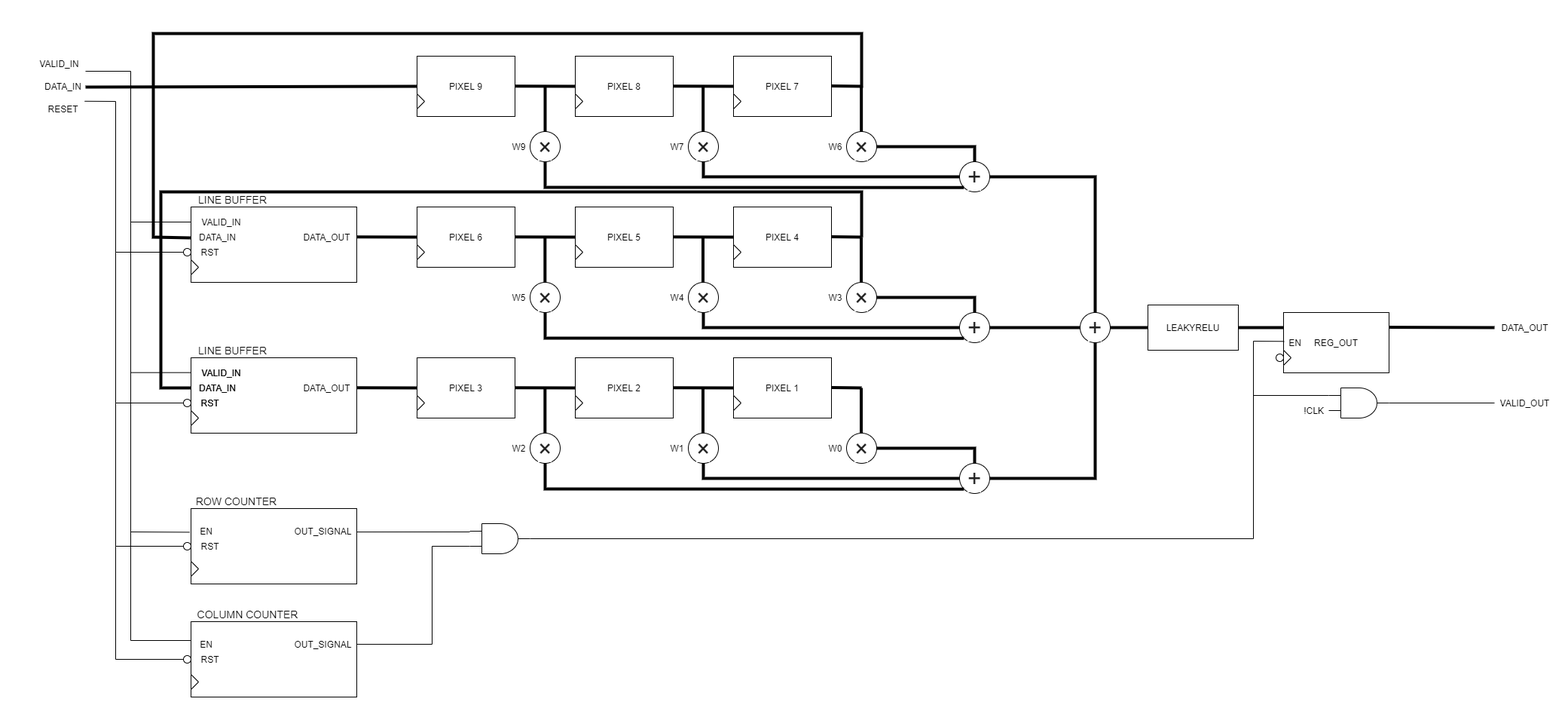
The draw.io diagram Project/src/rtl/conv2d3x3/Conv_Unit_Diagram-Official.png in hohaicongthuan/0x55AA, before a commit. Source tidied: cells renumbered, new cells last; positions are measured from the earlier drawing's top-left corner, leaving out a move shared by most shapes.
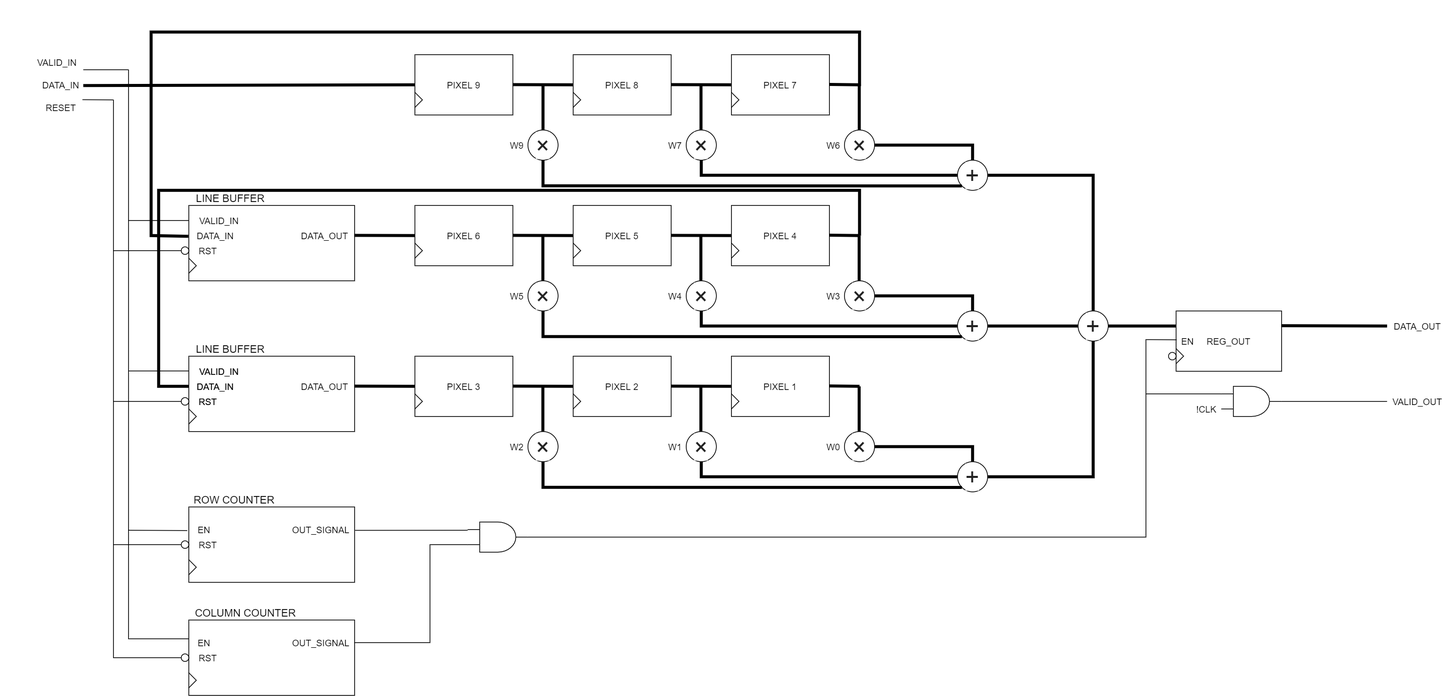
The same file after the commit.

Change to the diagram source:
```diff
@@ -348,7 +348,7 @@
         </Array>
       </mxGeometry>
     </mxCell>
-    <mxCell id="72" style="endArrow=none;html=1;strokeWidth=4;exitX=1;exitY=0.5;exitDx=0;exitDy=0;entryX=0;entryY=0.5;entryDx=0;entryDy=0;" parent="1" edge="1" source="68" target="139">
+    <mxCell id="72" style="endArrow=none;html=1;strokeWidth=4;exitX=1;exitY=0.5;exitDx=0;exitDy=0;entryX=0;entryY=0.25;entryDx=0;entryDy=0;" parent="1" edge="1" source="68" target="92">
       <mxGeometry relative="1" as="geometry" />
     </mxCell>
     <mxCell id="73" style="triangle;whiteSpace=wrap;html=1;" parent="1" vertex="1">
@@ -423,10 +423,10 @@
       <mxGeometry x="10" y="90" width="60" height="20" as="geometry" />
     </mxCell>
     <mxCell id="92" value="REG_OUT" style="rounded=0;whiteSpace=wrap;html=1;" parent="1" vertex="1">
-      <mxGeometry x="1660" y="370" width="140" height="80" as="geometry" />
+      <mxGeometry x="1520" y="370" width="140" height="80" as="geometry" />
     </mxCell>
     <mxCell id="93" style="triangle;whiteSpace=wrap;html=1;" parent="1" vertex="1">
-      <mxGeometry x="1660" y="420" width="10" height="20" as="geometry" />
+      <mxGeometry x="1520" y="420" width="10" height="20" as="geometry" />
     </mxCell>
     <mxCell id="94" style="rounded=0;whiteSpace=wrap;html=1;" parent="1" vertex="1">
       <mxGeometry x="210" y="630" width="220" height="100" as="geometry" />
@@ -456,12 +456,12 @@
       <mxGeometry x="200" y="675" width="10" height="10" as="geometry" />
     </mxCell>
     <mxCell id="103" value="EN" style="text;html=1;align=center;verticalAlign=middle;points=[];strokeColor=none;" parent="1" vertex="1">
-      <mxGeometry x="1660" y="400" width="30" height="20" as="geometry" />
+      <mxGeometry x="1520" y="400" width="30" height="20" as="geometry" />
     </mxCell>
     <mxCell id="104" style="endArrow=none;html=1;strokeWidth=4;exitX=1;exitY=0.5;exitDx=0;exitDy=0;" parent="1" edge="1">
       <mxGeometry relative="1" as="geometry">
-        <mxPoint x="1800" y="389.6" as="sourcePoint" />
-        <mxPoint x="1940" y="390" as="targetPoint" />
+        <mxPoint x="1660" y="389.6" as="sourcePoint" />
+        <mxPoint x="1800" y="390" as="targetPoint" />
       </mxGeometry>
     </mxCell>
     <mxCell id="105" value="&lt;font style=&quot;font-size: 14px&quot;&gt;ROW COUNTER&lt;/font&gt;" style="text;html=1;align=center;verticalAlign=middle;strokeColor=none;" parent="1" vertex="1">
@@ -485,14 +485,14 @@
     </mxCell>
     <mxCell id="108" style="endArrow=none;html=1;strokeWidth=1;exitX=1;exitY=0.5;exitDx=0;exitDy=0;exitPerimeter=0;" parent="1" edge="1" source="133">
       <mxGeometry relative="1" as="geometry">
-        <mxPoint x="1940" y="490" as="targetPoint" />
+        <mxPoint x="1800" y="490" as="targetPoint" />
       </mxGeometry>
     </mxCell>
     <mxCell id="109" value="DATA_OUT" style="text;html=1;align=center;verticalAlign=middle;strokeColor=none;" parent="1" vertex="1">
-      <mxGeometry x="1940" y="380" width="80" height="20" as="geometry" />
+      <mxGeometry x="1800" y="380" width="80" height="20" as="geometry" />
     </mxCell>
     <mxCell id="110" value="VALID_OUT" style="text;html=1;align=center;verticalAlign=middle;strokeColor=none;" parent="1" vertex="1">
-      <mxGeometry x="1940" y="480" width="80" height="20" as="geometry" />
+      <mxGeometry x="1800" y="480" width="80" height="20" as="geometry" />
     </mxCell>
     <mxCell id="111" value="W0" style="text;html=1;align=center;verticalAlign=middle;strokeColor=none;" parent="1" vertex="1">
       <mxGeometry x="1050" y="540" width="30" height="20" as="geometry" />
@@ -559,7 +559,7 @@
       </mxGeometry>
     </mxCell>
     <mxCell id="129" style="ellipse;whiteSpace=wrap;html=1;" parent="1" vertex="1">
-      <mxGeometry x="1650" y="425" width="10" height="10" as="geometry" />
+      <mxGeometry x="1510" y="425" width="10" height="10" as="geometry" />
     </mxCell>
     <mxCell id="130" style="verticalLabelPosition=bottom;shadow=0;dashed=0;align=center;html=1;verticalAlign=top;shape=mxgraph.electrical.logic_gates.logic_gate;operation=and;" parent="1" vertex="1">
       <mxGeometry x="580" y="650" width="80" height="40" as="geometry" />
@@ -578,22 +578,22 @@
       </mxGeometry>
     </mxCell>
     <mxCell id="133" style="verticalLabelPosition=bottom;shadow=0;dashed=0;align=center;html=1;verticalAlign=top;shape=mxgraph.electrical.logic_gates.logic_gate;operation=and;" parent="1" vertex="1">
-      <mxGeometry x="1720" y="470" width="80" height="40" as="geometry" />
+      <mxGeometry x="1580" y="470" width="80" height="40" as="geometry" />
     </mxCell>
     <mxCell id="134" value="!CLK" style="text;html=1;align=center;verticalAlign=middle;strokeColor=none;" parent="1" vertex="1">
-      <mxGeometry x="1680" y="490" width="40" height="20" as="geometry" />
+      <mxGeometry x="1540" y="490" width="40" height="20" as="geometry" />
     </mxCell>
     <mxCell id="135" style="endArrow=none;html=1;exitX=1;exitY=0.5;exitDx=0;exitDy=0;exitPerimeter=0;entryX=0.025;entryY=0.415;entryDx=0;entryDy=0;entryPerimeter=0;rounded=0;" parent="1" edge="1" source="130" target="103">
       <mxGeometry relative="1" as="geometry">
         <Array as="points">
-          <mxPoint x="1620" y="670" />
-          <mxPoint x="1620" y="408" />
+          <mxPoint x="1480" y="670" />
+          <mxPoint x="1480" y="408" />
         </Array>
       </mxGeometry>
     </mxCell>
     <mxCell id="136" style="endArrow=none;html=1;entryX=0;entryY=0.25;entryDx=0;entryDy=0;entryPerimeter=0;" parent="1" edge="1" target="133">
       <mxGeometry relative="1" as="geometry">
-        <mxPoint x="1620" y="480" as="sourcePoint" />
+        <mxPoint x="1480" y="480" as="sourcePoint" />
       </mxGeometry>
     </mxCell>
     <mxCell id="137" style="endArrow=none;html=1;entryX=-0.002;entryY=0.2;entryDx=0;entryDy=0;entryPerimeter=0;" parent="1" edge="1" target="4">
@@ -607,11 +607,5 @@
         <mxPoint x="210" y="449.7" as="targetPoint" />
       </mxGeometry>
     </mxCell>
-    <mxCell id="139" value="LEAKYRELU" style="rounded=0;whiteSpace=wrap;html=1;" parent="1" vertex="1">
-      <mxGeometry x="1480" y="360" width="120" height="60" as="geometry" />
-    </mxCell>
-    <mxCell id="140" style="endArrow=none;html=1;strokeWidth=4;exitX=1;exitY=0.5;exitDx=0;exitDy=0;entryX=0;entryY=0.25;entryDx=0;entryDy=0;" parent="1" edge="1" source="139" target="92">
-      <mxGeometry relative="1" as="geometry" />
-    </mxCell>
   </root>
 </mxGraphModel>
```
